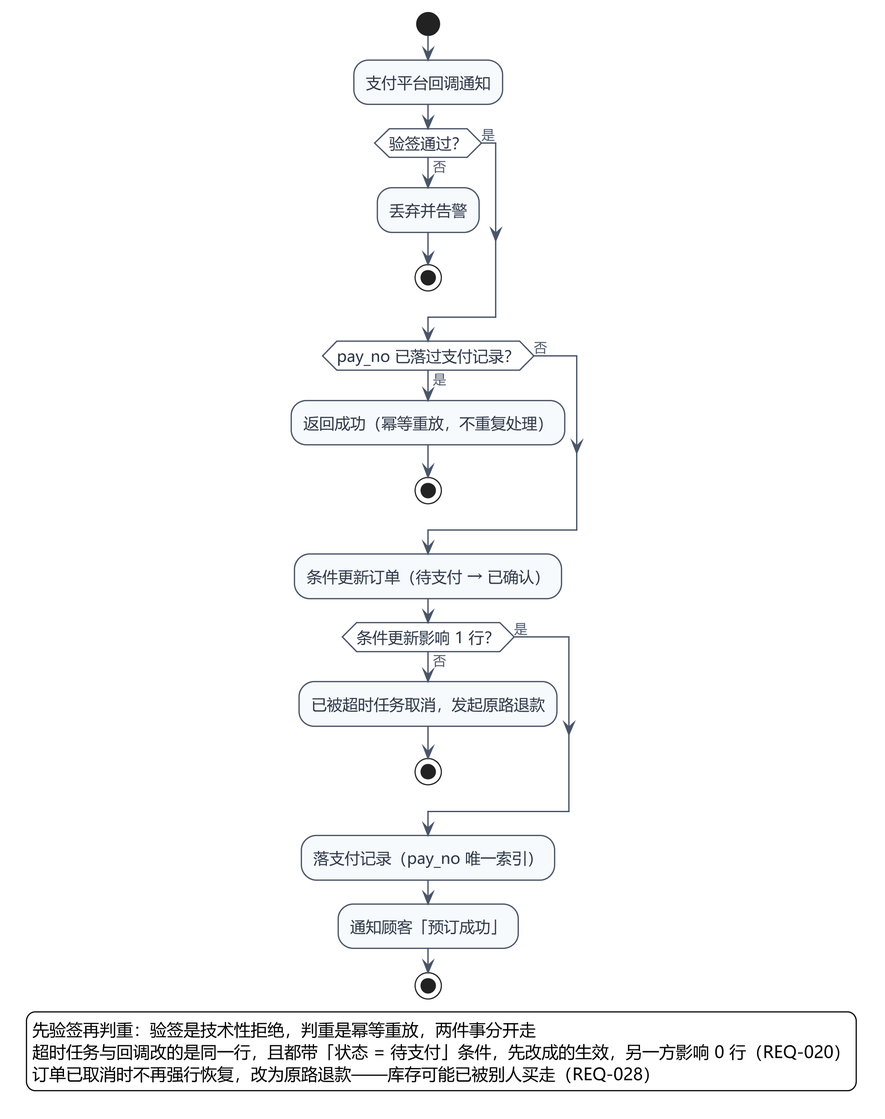
This is UML/UML活动图_支付回调与订单生效.png from ruzhai/software-engineering-labs, a PlantUML export, as it was before one commit. The source it was exported from:
```plantuml
@startuml UML活动图_支付回调与订单生效
skinparam defaultFontName "Microsoft YaHei"
skinparam shadowing false
skinparam backgroundColor #FFFFFF
skinparam dpi 250
skinparam ArrowColor #4A5568
skinparam ArrowFontColor #4A5568
skinparam ArrowFontSize 11
skinparam activity {
  BackgroundColor #F7FAFC
  BorderColor #4A5568
  FontColor #2D3748
  FontSize 13
  BorderThickness 1.1
  DiamondBackgroundColor #FFFFFF
  DiamondBorderColor #4A5568
  DiamondFontColor #2D3748
}

start
:支付平台回调通知;

if (验签通过？) then (否)
  :丢弃并告警;
  stop
else (是)
endif

if (pay_no 已落过支付记录？) then (是)
  :返回成功（幂等重放，不重复处理）;
  stop
else (否)
endif

:条件更新订单（待支付 → 已确认）;

if (条件更新影响 1 行？) then (否)
  :已被超时任务取消，发起原路退款;
  stop
else (是)
endif

:落支付记录（pay_no 唯一索引）;
:通知顾客「预订成功」;
stop

legend bottom left
  先验签再判重：验签是技术性拒绝，判重是幂等重放，两件事分开走
  超时任务与回调改的是同一行，且都带「状态 = 待支付」条件，先改成的生效，另一方影响 0 行（REQ-020）
  订单已取消时不再强行恢复，改为原路退款——库存可能已被别人买走（REQ-028）
end legend
@enduml
```
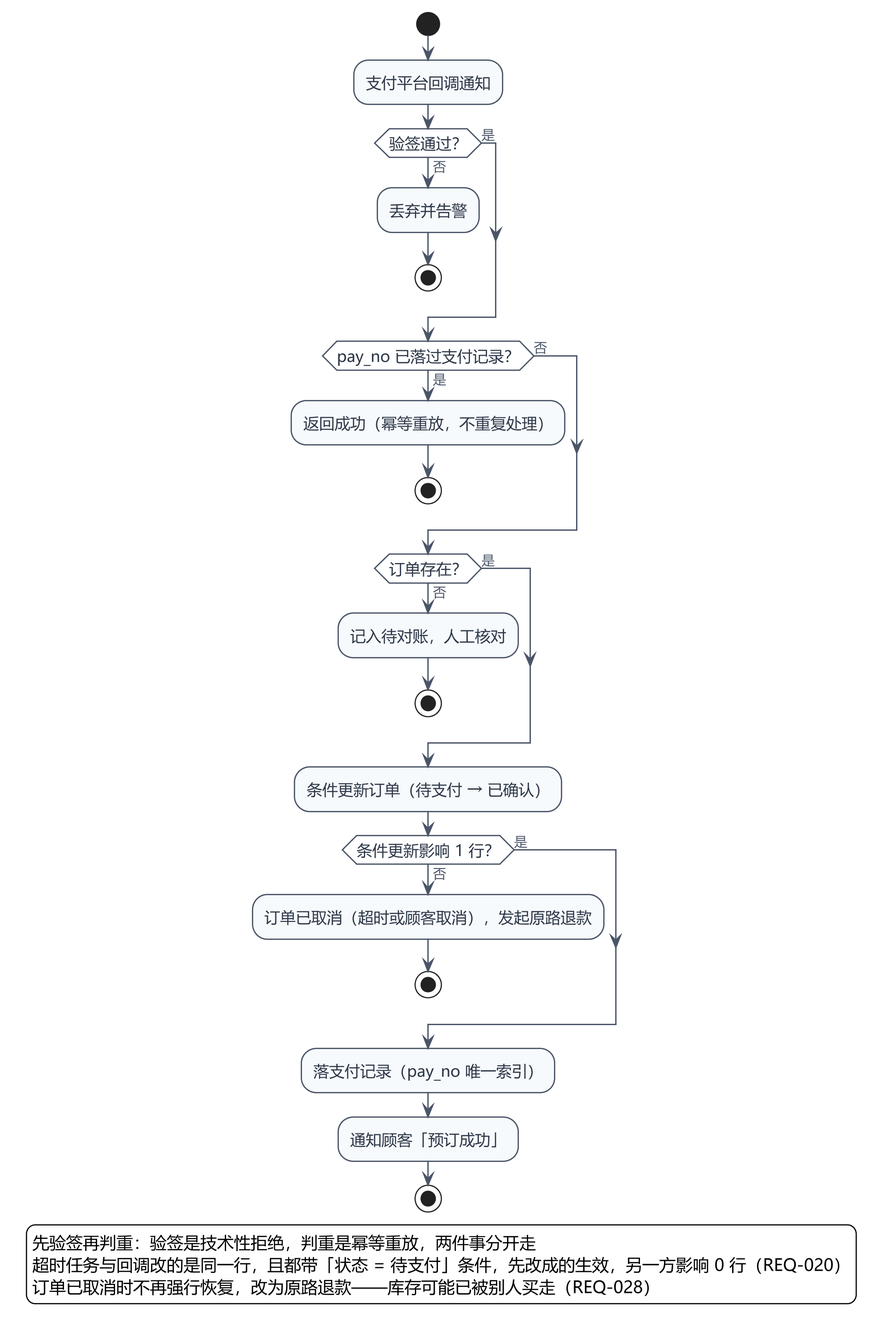
Later version of the same file.

The edit, as a diff of the source:
```diff
@@ -32,10 +32,16 @@
 else (否)
 endif
 
+if (订单存在？) then (否)
+  :记入待对账，人工核对;
+  stop
+else (是)
+endif
+
 :条件更新订单（待支付 → 已确认）;
 
 if (条件更新影响 1 行？) then (否)
-  :已被超时任务取消，发起原路退款;
+  :订单已取消（超时或顾客取消），发起原路退款;
   stop
 else (是)
 endif
```
